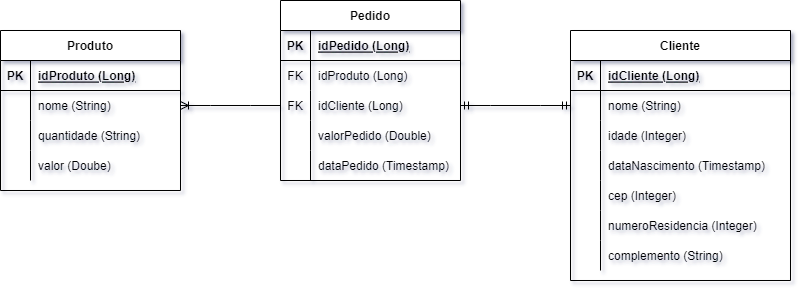
Above: Persistence/AvaliacaoFinal/img/MER_trabalho_final.png in caramujox/MBA_FSFIAP (draw.io), before the change. Source tidied: cells renumbered, new cells last; positions are measured from the earlier drawing's top-left corner, leaving out a move shared by most shapes.
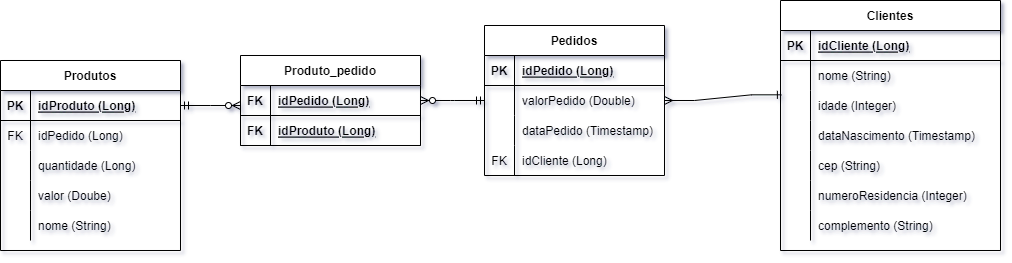
The same file after the commit.

Change to the diagram source:
```diff
@@ -2,8 +2,8 @@
   <root>
     <mxCell id="0" />
     <mxCell id="1" parent="0" />
-    <mxCell id="2" value="Produto" style="shape=table;startSize=30;rowLines=0;fontStyle=1;align=center;" parent="1" vertex="1">
-      <mxGeometry y="30" width="180" height="160" as="geometry" />
+    <mxCell id="2" value="Produtos" style="shape=table;startSize=30;rowLines=0;fontStyle=1;align=center;" parent="1" vertex="1">
+      <mxGeometry x="-100" y="100" width="180" height="190" as="geometry" />
     </mxCell>
     <mxCell id="3" style="shape=tableRow;horizontal=0;startSize=0;swimlaneHead=0;swimlaneBody=0;fillColor=none;points=[[0,0.5],[1,0.5]];portConstraint=eastwest;top=0;left=0;right=0;bottom=1;" parent="2" vertex="1">
       <mxGeometry y="30" width="180" height="30" as="geometry" />
@@ -17,10 +17,10 @@
     <mxCell id="6" style="shape=tableRow;horizontal=0;startSize=0;swimlaneHead=0;swimlaneBody=0;fillColor=none;points=[[0,0.5],[1,0.5]];portConstraint=eastwest;top=0;left=0;right=0;bottom=0;" parent="2" vertex="1">
       <mxGeometry y="60" width="180" height="30" as="geometry" />
     </mxCell>
-    <mxCell id="7" style="shape=partialRectangle;fillColor=none;top=0;left=0;bottom=0;right=0;overflow=hidden;" parent="6" vertex="1">
+    <mxCell id="7" value="FK" style="shape=partialRectangle;fillColor=none;top=0;left=0;bottom=0;right=0;overflow=hidden;" parent="6" vertex="1">
       <mxGeometry width="30" height="30" as="geometry" />
     </mxCell>
-    <mxCell id="8" value="nome (String)" style="shape=partialRectangle;fillColor=none;top=0;left=0;bottom=0;right=0;align=left;spacingLeft=6;overflow=hidden;" parent="6" vertex="1">
+    <mxCell id="8" value="idPedido (Long)" style="shape=partialRectangle;fillColor=none;top=0;left=0;bottom=0;right=0;align=left;spacingLeft=6;overflow=hidden;" parent="6" vertex="1">
       <mxGeometry x="30" width="150" height="30" as="geometry" />
     </mxCell>
     <mxCell id="9" style="shape=tableRow;horizontal=0;startSize=0;swimlaneHead=0;swimlaneBody=0;fillColor=none;top=0;left=0;right=0;bottom=0;" parent="2" vertex="1">
@@ -29,7 +29,7 @@
     <mxCell id="10" style="shape=partialRectangle;fillColor=none;top=0;left=0;bottom=0;right=0;overflow=hidden;" parent="9" vertex="1">
       <mxGeometry width="30" height="30" as="geometry" />
     </mxCell>
-    <mxCell id="11" value="quantidade (String)" style="shape=partialRectangle;fillColor=none;top=0;left=0;bottom=0;right=0;align=left;spacingLeft=6;overflow=hidden;" parent="9" vertex="1">
+    <mxCell id="11" value="quantidade (Long)" style="shape=partialRectangle;fillColor=none;top=0;left=0;bottom=0;right=0;align=left;spacingLeft=6;overflow=hidden;" parent="9" vertex="1">
       <mxGeometry x="30" width="150" height="30" as="geometry" />
     </mxCell>
     <mxCell id="12" style="shape=tableRow;horizontal=0;startSize=0;swimlaneHead=0;swimlaneBody=0;fillColor=none;top=0;left=0;right=0;bottom=0;" parent="2" vertex="1">
@@ -41,8 +41,17 @@
     <mxCell id="14" value="valor (Doube)" style="shape=partialRectangle;fillColor=none;top=0;left=0;bottom=0;right=0;align=left;spacingLeft=6;overflow=hidden;" parent="12" vertex="1">
       <mxGeometry x="30" width="150" height="30" as="geometry" />
     </mxCell>
+    <mxCell id="55" style="shape=tableRow;horizontal=0;startSize=0;swimlaneHead=0;swimlaneBody=0;fillColor=none;top=0;left=0;right=0;bottom=0;" parent="2" vertex="1">
+      <mxGeometry y="150" width="180" height="30" as="geometry" />
+    </mxCell>
+    <mxCell id="56" style="shape=partialRectangle;fillColor=none;top=0;left=0;bottom=0;right=0;overflow=hidden;" parent="55" vertex="1">
+      <mxGeometry width="30" height="30" as="geometry" />
+    </mxCell>
+    <mxCell id="57" value="nome (String)" style="shape=partialRectangle;fillColor=none;top=0;left=0;bottom=0;right=0;align=left;spacingLeft=6;overflow=hidden;" parent="55" vertex="1">
+      <mxGeometry x="30" width="150" height="30" as="geometry" />
+    </mxCell>
-    <mxCell id="15" value="Pedido" style="shape=table;startSize=30;rowLines=0;fontStyle=1;align=center;" parent="1" vertex="1">
-      <mxGeometry x="280" width="180" height="180" as="geometry" />
+    <mxCell id="15" value="Pedidos" style="shape=table;startSize=30;rowLines=0;fontStyle=1;align=center;" parent="1" vertex="1">
+      <mxGeometry x="384" y="65" width="180" height="150" as="geometry" />
     </mxCell>
     <mxCell id="16" style="shape=tableRow;horizontal=0;startSize=0;swimlaneHead=0;swimlaneBody=0;fillColor=none;top=0;left=0;right=0;bottom=1;" parent="15" vertex="1">
       <mxGeometry y="30" width="180" height="30" as="geometry" />
@@ -53,26 +62,8 @@
     <mxCell id="18" value="idPedido (Long)" style="shape=partialRectangle;fillColor=none;top=0;left=0;bottom=0;right=0;align=left;spacingLeft=6;fontStyle=5;overflow=hidden;" parent="16" vertex="1">
       <mxGeometry x="30" width="150" height="30" as="geometry" />
     </mxCell>
-    <mxCell id="19" style="shape=tableRow;horizontal=0;startSize=0;swimlaneHead=0;swimlaneBody=0;fillColor=none;top=0;left=0;right=0;bottom=0;" parent="15" vertex="1">
-      <mxGeometry y="60" width="180" height="30" as="geometry" />
-    </mxCell>
-    <mxCell id="20" value="FK" style="shape=partialRectangle;fillColor=none;top=0;left=0;bottom=0;right=0;overflow=hidden;" parent="19" vertex="1">
-      <mxGeometry width="30" height="30" as="geometry" />
-    </mxCell>
-    <mxCell id="21" value="idProduto (Long)" style="shape=partialRectangle;fillColor=none;top=0;left=0;bottom=0;right=0;align=left;spacingLeft=6;overflow=hidden;" parent="19" vertex="1">
-      <mxGeometry x="30" width="150" height="30" as="geometry" />
-    </mxCell>
-    <mxCell id="22" style="shape=tableRow;horizontal=0;startSize=0;swimlaneHead=0;swimlaneBody=0;fillColor=none;points=[[0,0.5],[1,0.5]];portConstraint=eastwest;top=0;left=0;right=0;bottom=0;" parent="15" vertex="1">
-      <mxGeometry y="90" width="180" height="30" as="geometry" />
-    </mxCell>
-    <mxCell id="23" value="FK" style="shape=partialRectangle;fillColor=none;top=0;left=0;bottom=0;right=0;overflow=hidden;" parent="22" vertex="1">
-      <mxGeometry width="30" height="30" as="geometry" />
-    </mxCell>
-    <mxCell id="24" value="idCliente (Long)" style="shape=partialRectangle;fillColor=none;top=0;left=0;bottom=0;right=0;align=left;spacingLeft=6;overflow=hidden;" parent="22" vertex="1">
-      <mxGeometry x="30" width="150" height="30" as="geometry" />
-    </mxCell>
     <mxCell id="25" style="shape=tableRow;horizontal=0;startSize=0;swimlaneHead=0;swimlaneBody=0;fillColor=none;points=[[0,0.5],[1,0.5]];portConstraint=eastwest;top=0;left=0;right=0;bottom=0;" parent="15" vertex="1">
-      <mxGeometry y="120" width="180" height="30" as="geometry" />
+      <mxGeometry y="60" width="180" height="30" as="geometry" />
     </mxCell>
     <mxCell id="26" style="shape=partialRectangle;fillColor=none;top=0;left=0;bottom=0;right=0;overflow=hidden;" parent="25" vertex="1">
       <mxGeometry width="30" height="30" as="geometry" />
@@ -81,7 +72,7 @@
       <mxGeometry x="30" width="150" height="30" as="geometry" />
     </mxCell>
     <mxCell id="28" style="shape=tableRow;horizontal=0;startSize=0;swimlaneHead=0;swimlaneBody=0;fillColor=none;top=0;left=0;right=0;bottom=0;" parent="15" vertex="1">
-      <mxGeometry y="150" width="180" height="30" as="geometry" />
+      <mxGeometry y="90" width="180" height="30" as="geometry" />
     </mxCell>
     <mxCell id="29" style="shape=partialRectangle;fillColor=none;top=0;left=0;bottom=0;right=0;overflow=hidden;" parent="28" vertex="1">
       <mxGeometry width="30" height="30" as="geometry" />
@@ -89,8 +80,17 @@
     <mxCell id="30" value="dataPedido (Timestamp)" style="shape=partialRectangle;fillColor=none;top=0;left=0;bottom=0;right=0;align=left;spacingLeft=6;overflow=hidden;" parent="28" vertex="1">
       <mxGeometry x="30" width="150" height="30" as="geometry" />
     </mxCell>
+    <mxCell id="58" style="shape=tableRow;horizontal=0;startSize=0;swimlaneHead=0;swimlaneBody=0;fillColor=none;top=0;left=0;right=0;bottom=0;" parent="15" vertex="1">
+      <mxGeometry y="120" width="180" height="30" as="geometry" />
+    </mxCell>
+    <mxCell id="59" value="FK" style="shape=partialRectangle;fillColor=none;top=0;left=0;bottom=0;right=0;overflow=hidden;" parent="58" vertex="1">
+      <mxGeometry width="30" height="30" as="geometry" />
+    </mxCell>
+    <mxCell id="24" value="idCliente (Long)" style="shape=partialRectangle;fillColor=none;top=0;left=0;bottom=0;right=0;align=left;spacingLeft=6;overflow=hidden;" parent="58" vertex="1">
+      <mxGeometry x="30" width="150" height="30" as="geometry" />
+    </mxCell>
-    <mxCell id="31" value="Cliente" style="shape=table;startSize=30;rowLines=0;fontStyle=1;align=center;" parent="1" vertex="1">
-      <mxGeometry x="570" y="30" width="220" height="250" as="geometry" />
+    <mxCell id="31" value="Clientes" style="shape=table;startSize=30;rowLines=0;fontStyle=1;align=center;" parent="1" vertex="1">
+      <mxGeometry x="680" y="40" width="220" height="250" as="geometry" />
     </mxCell>
     <mxCell id="32" style="shape=tableRow;horizontal=0;startSize=0;swimlaneHead=0;swimlaneBody=0;fillColor=none;top=0;left=0;right=0;bottom=1;" parent="31" vertex="1">
       <mxGeometry y="30" width="220" height="30" as="geometry" />
@@ -134,7 +134,7 @@
     <mxCell id="45" style="shape=partialRectangle;fillColor=none;top=0;left=0;bottom=0;right=0;overflow=hidden;" parent="44" vertex="1">
       <mxGeometry width="30" height="30" as="geometry" />
     </mxCell>
-    <mxCell id="46" value="cep (Integer)" style="shape=partialRectangle;fillColor=none;top=0;left=0;bottom=0;right=0;align=left;spacingLeft=6;overflow=hidden;" parent="44" vertex="1">
+    <mxCell id="46" value="cep (String)" style="shape=partialRectangle;fillColor=none;top=0;left=0;bottom=0;right=0;align=left;spacingLeft=6;overflow=hidden;" parent="44" vertex="1">
       <mxGeometry x="30" width="190" height="30" as="geometry" />
     </mxCell>
     <mxCell id="47" style="shape=tableRow;horizontal=0;startSize=0;swimlaneHead=0;swimlaneBody=0;fillColor=none;top=0;left=0;right=0;bottom=0;" parent="31" vertex="1">
@@ -155,11 +155,35 @@
     <mxCell id="52" value="complemento (String)" style="shape=partialRectangle;fillColor=none;top=0;left=0;bottom=0;right=0;align=left;spacingLeft=6;overflow=hidden;" parent="50" vertex="1">
       <mxGeometry x="30" width="190" height="30" as="geometry" />
     </mxCell>
-    <mxCell id="53" style="edgeStyle=entityRelationEdgeStyle;fontSize=12;html=1;endArrow=ERmandOne;startArrow=ERmandOne;rounded=0;exitX=1;exitY=0.5;exitDx=0;exitDy=0;entryX=0;entryY=0.5;entryDx=0;entryDy=0;" parent="1" edge="1" source="22" target="35">
-      <mxGeometry relative="1" as="geometry" />
-    </mxCell>
-    <mxCell id="54" style="edgeStyle=entityRelationEdgeStyle;fontSize=12;html=1;endArrow=ERoneToMany;rounded=0;exitX=0;exitY=0.5;exitDx=0;exitDy=0;entryX=1;entryY=0.5;entryDx=0;entryDy=0;" parent="1" edge="1" source="22" target="6">
-      <mxGeometry relative="1" as="geometry" />
-    </mxCell>
+    <mxCell id="60" style="edgeStyle=entityRelationEdgeStyle;fontSize=12;html=1;endArrow=ERone;startArrow=ERmany;rounded=0;entryX=0.004;entryY=0.144;entryDx=0;entryDy=0;entryPerimeter=0;exitX=1;exitY=0.5;exitDx=0;exitDy=0;endFill=0;" parent="1" edge="1" source="25" target="38">
+      <mxGeometry relative="1" as="geometry" />
+    </mxCell>
+    <mxCell id="61" value="Produto_pedido" style="shape=table;startSize=30;rowLines=0;fontStyle=1;align=center;" parent="1" vertex="1">
+      <mxGeometry x="140" y="95" width="180" height="90" as="geometry" />
+    </mxCell>
+    <mxCell id="62" style="shape=tableRow;horizontal=0;startSize=0;swimlaneHead=0;swimlaneBody=0;fillColor=none;points=[[0,0.5],[1,0.5]];portConstraint=eastwest;top=0;left=0;right=0;bottom=1;" parent="61" vertex="1">
+      <mxGeometry y="30" width="180" height="30" as="geometry" />
+    </mxCell>
+    <mxCell id="63" value="FK" style="shape=partialRectangle;fillColor=none;top=0;left=0;bottom=0;right=0;fontStyle=1;overflow=hidden;" parent="62" vertex="1">
+      <mxGeometry width="30" height="30" as="geometry" />
+    </mxCell>
+    <mxCell id="64" value="idPedido (Long)" style="shape=partialRectangle;fillColor=none;top=0;left=0;bottom=0;right=0;align=left;spacingLeft=6;fontStyle=5;overflow=hidden;" parent="62" vertex="1">
+      <mxGeometry x="30" width="150" height="30" as="geometry" />
+    </mxCell>
+    <mxCell id="65" style="shape=tableRow;horizontal=0;startSize=0;swimlaneHead=0;swimlaneBody=0;fillColor=none;top=0;left=0;right=0;bottom=1;" parent="61" vertex="1">
+      <mxGeometry y="60" width="180" height="30" as="geometry" />
+    </mxCell>
+    <mxCell id="66" value="FK" style="shape=partialRectangle;fillColor=none;top=0;left=0;bottom=0;right=0;fontStyle=1;overflow=hidden;" parent="65" vertex="1">
+      <mxGeometry width="30" height="30" as="geometry" />
+    </mxCell>
+    <mxCell id="21" value="idProduto (Long)" style="shape=partialRectangle;fillColor=none;top=0;left=0;bottom=0;right=0;align=left;spacingLeft=6;fontStyle=5;overflow=hidden;" parent="65" vertex="1">
+      <mxGeometry x="30" width="150" height="30" as="geometry" />
+    </mxCell>
+    <mxCell id="67" style="edgeStyle=entityRelationEdgeStyle;fontSize=12;html=1;endArrow=ERzeroToMany;startArrow=ERmandOne;rounded=0;entryX=0;entryY=0.667;entryDx=0;entryDy=0;entryPerimeter=0;" parent="1" edge="1" source="3" target="62">
+      <mxGeometry relative="1" as="geometry" />
+    </mxCell>
+    <mxCell id="68" style="edgeStyle=entityRelationEdgeStyle;fontSize=12;html=1;endArrow=ERzeroToMany;startArrow=ERmandOne;rounded=0;exitX=0;exitY=0.5;exitDx=0;exitDy=0;entryX=1;entryY=0.5;entryDx=0;entryDy=0;" parent="1" edge="1" source="25" target="62">
+      <mxGeometry relative="1" as="geometry" />
+    </mxCell>
   </root>
 </mxGraphModel>
```
